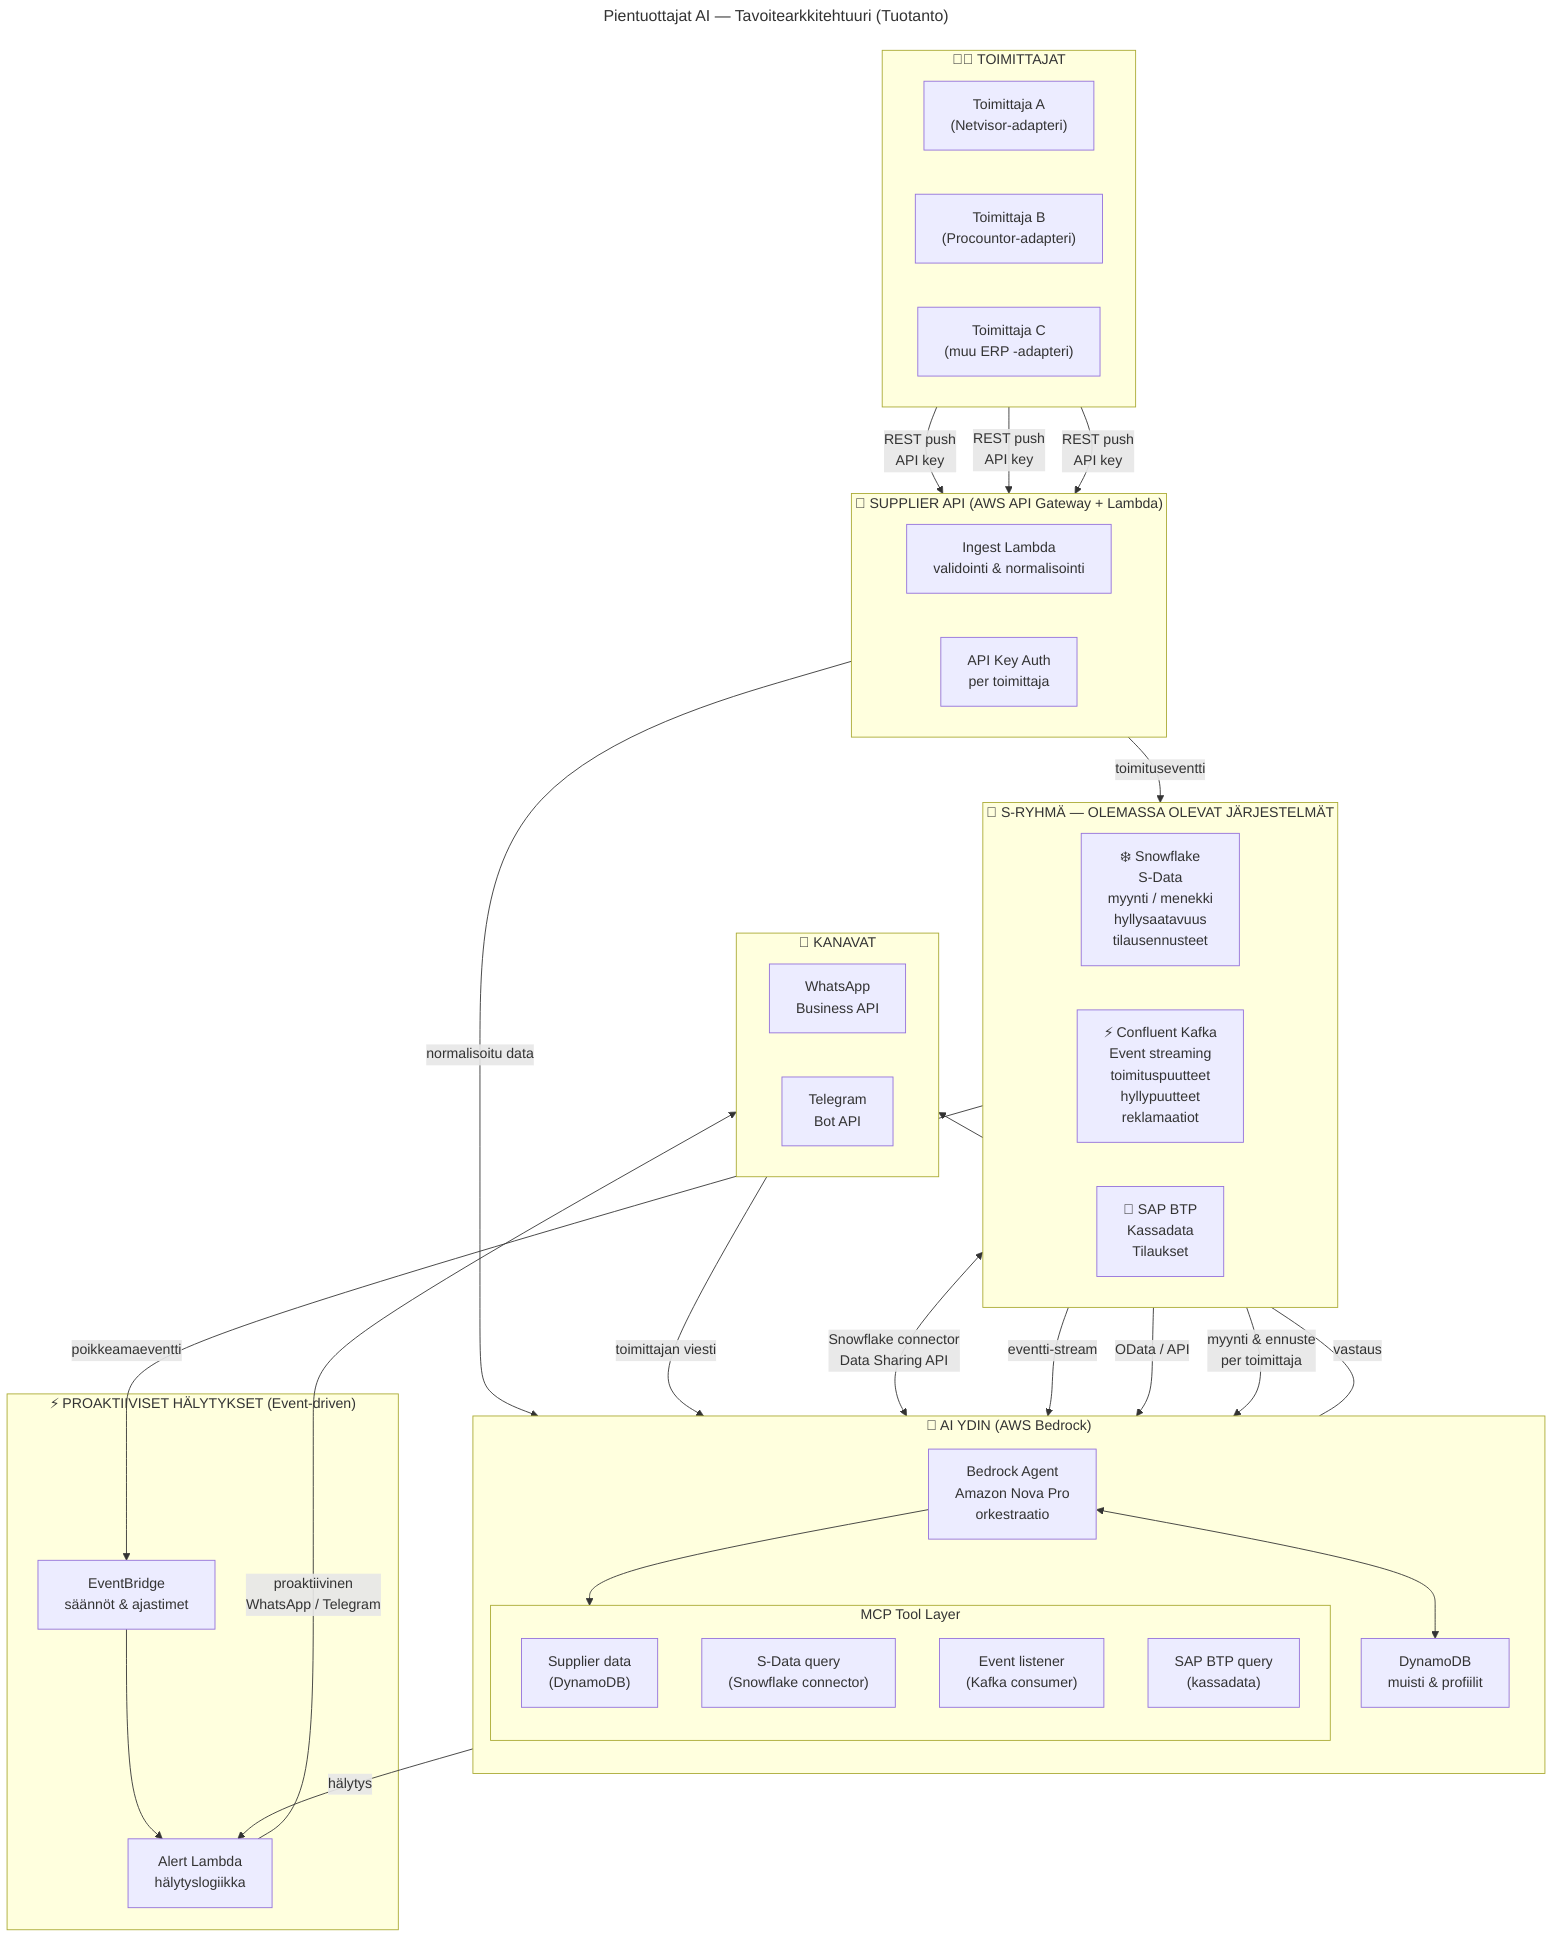
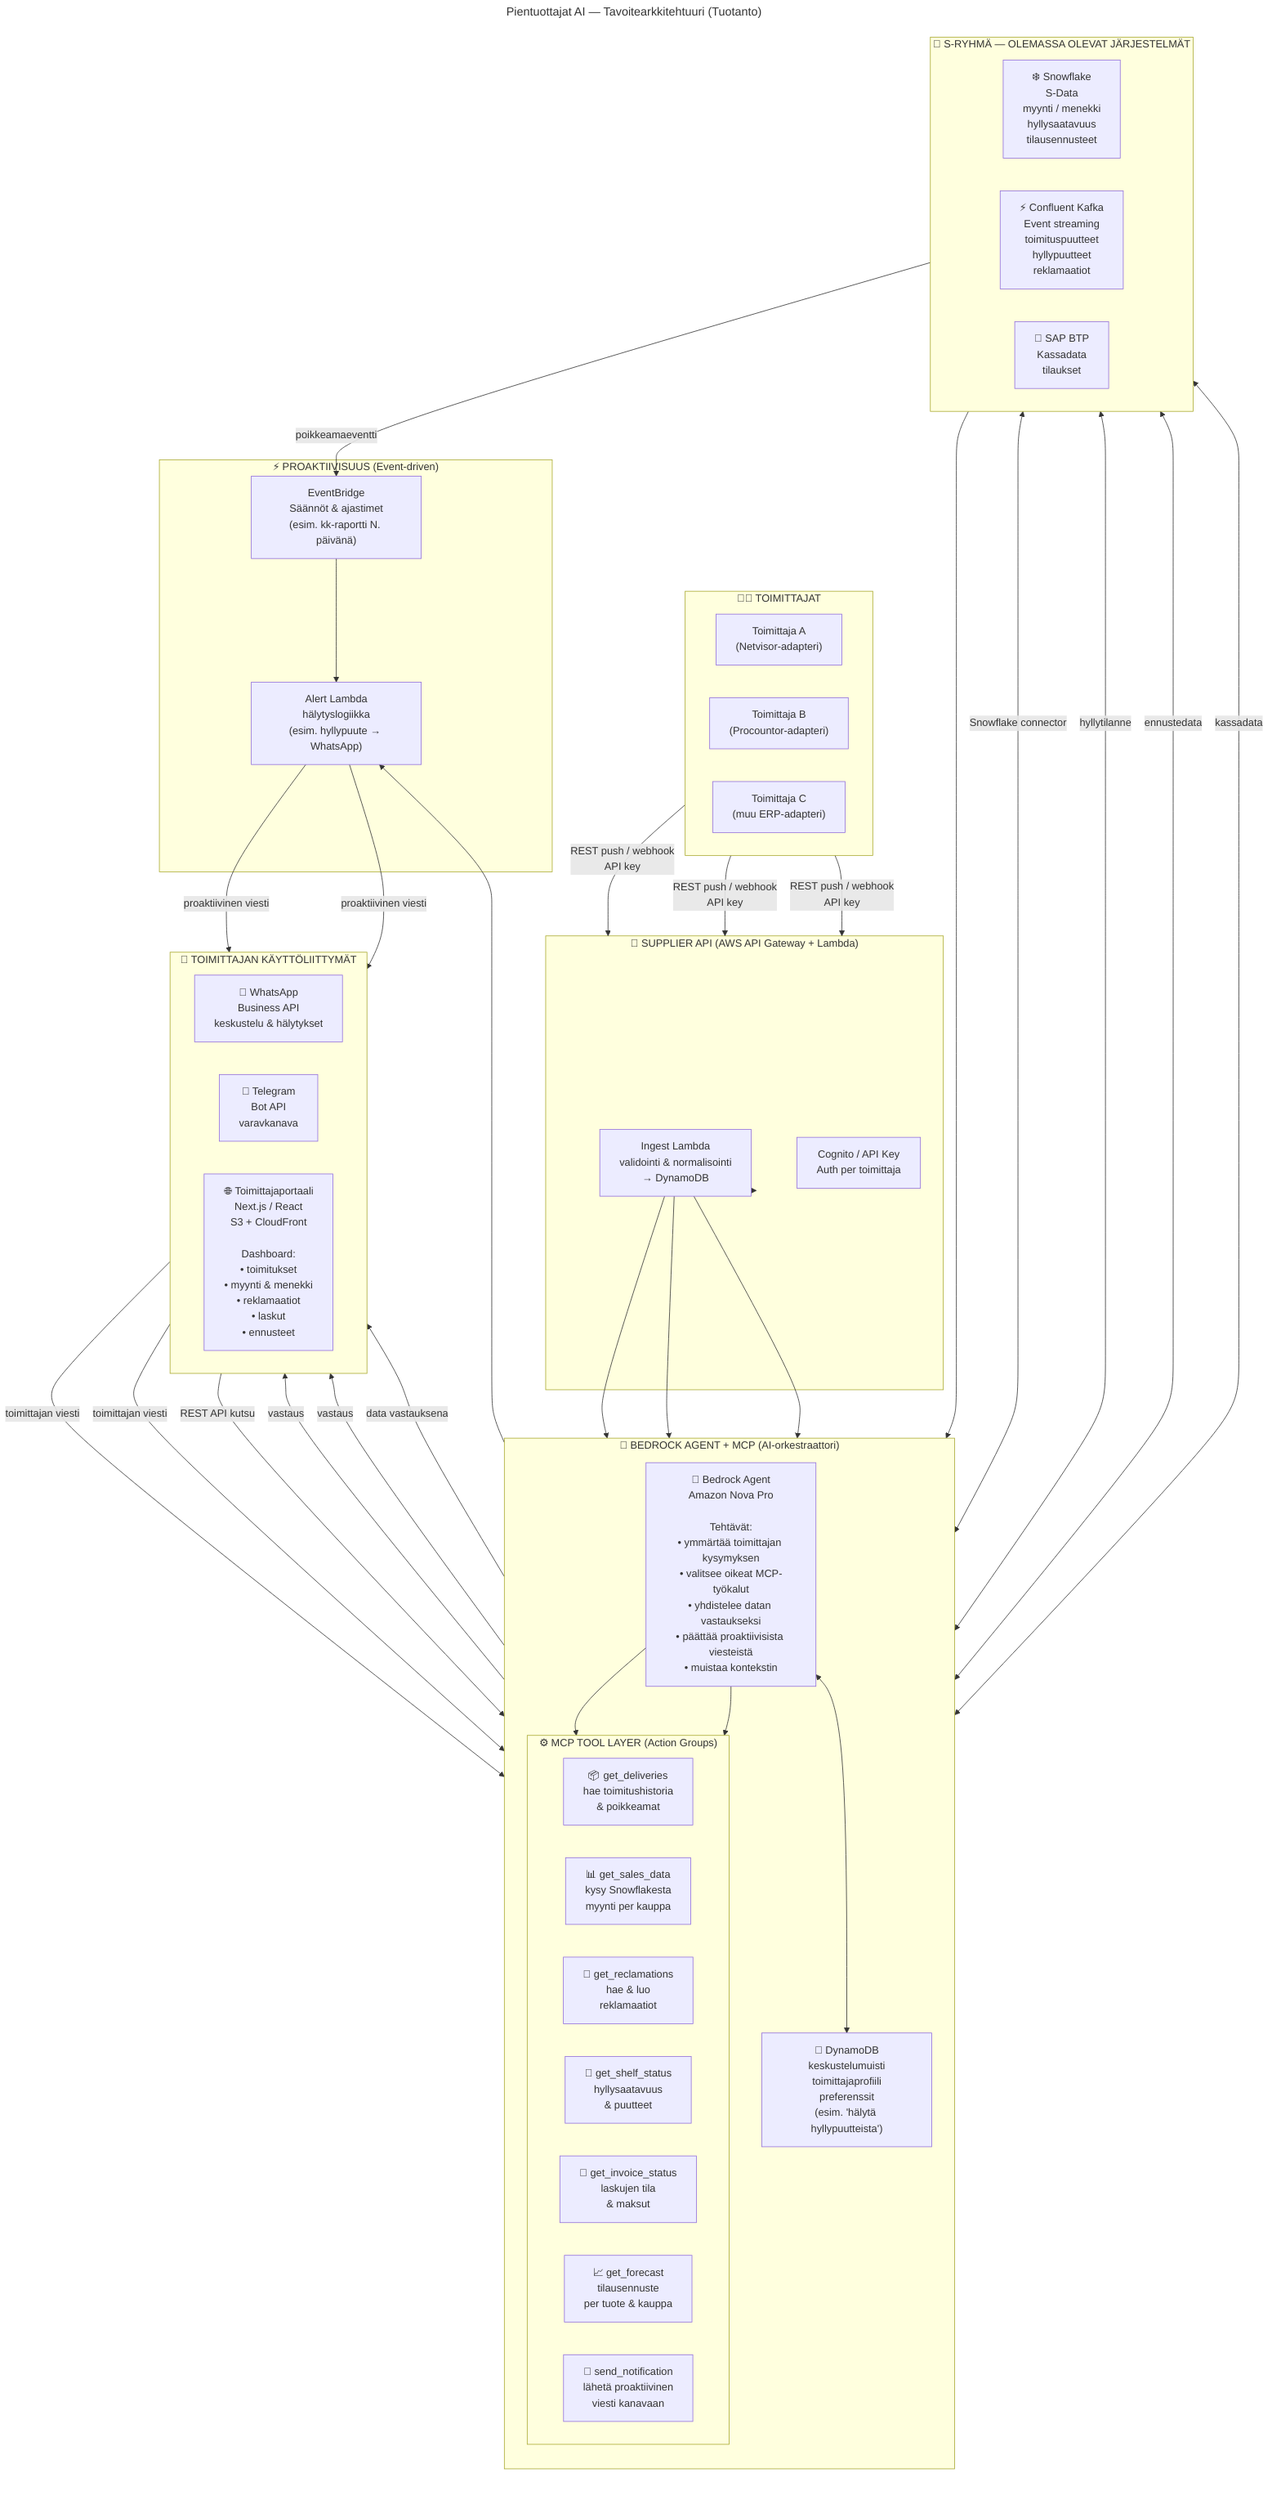
---
title: Pientuottajat AI — Tavoitearkkitehtuuri (Tuotanto)
---
flowchart TB

    %% ══════════════════════════════════
    %% TOIMITTAJAT
    %% ══════════════════════════════════
    subgraph SUPPLIERS["🧑‍🌾 TOIMITTAJAT"]
        direction LR
        SA["Toimittaja A\n(Netvisor-adapteri)"]
        SB["Toimittaja B\n(Procountor-adapteri)"]
-         SC["Toimittaja C\n(muu ERP -adapteri)"]
+         SC["Toimittaja C\n(muu ERP-adapteri)"]
+     end
+ 
+     %% ══════════════════════════════════
+     %% TOIMITTAJAN UI-KANAVAT
+     %% ══════════════════════════════════
+     subgraph CHANNELS["💬 TOIMITTAJAN KÄYTTÖLIITTYMÄT"]
+         direction LR
+         WA["📱 WhatsApp\nBusiness API\nkeskustelu & hälytykset"]
+         TG["📱 Telegram\nBot API\nvaravkanava"]
+         PORTAL["🌐 Toimittajaportaali\nNext.js / React\nS3 + CloudFront\n\nDashboard:\n• toimitukset\n• myynti & menekki\n• reklamaatiot\n• laskut\n• ennusteet"]
    end

    %% ══════════════════════════════════
    %% SUPPLIER API
    %% ══════════════════════════════════
    subgraph SAPI["📡 SUPPLIER API  (AWS API Gateway + Lambda)"]
-         direction LR
-         INGEST["Ingest Lambda\nvalidointi & normalisointi"]
-         APIKEY["API Key Auth\nper toimittaja"]
+         INGEST["Ingest Lambda\nvalidointi & normalisointi\n→ DynamoDB"]
+         APIKEY["Cognito / API Key\nAuth per toimittaja"]
+     end
+ 
+     %% ══════════════════════════════════
+     %% BEDROCK AGENT + MCP
+     %% ══════════════════════════════════
+     subgraph AICORE["🧠 BEDROCK AGENT + MCP  (AI-orkestraattori)"]
+         direction TB
+ 
+         AGENT["🤖 Bedrock Agent\nAmazon Nova Pro\n\nTehtävät:\n• ymmärtää toimittajan kysymyksen\n• valitsee oikeat MCP-työkalut\n• yhdistelee datan vastaukseksi\n• päättää proaktiivisista viesteistä\n• muistaa kontekstin"]
+ 
+         subgraph MCP["⚙️ MCP TOOL LAYER  (Action Groups)"]
+             direction LR
+             T1["📦 get_deliveries\nhae toimitushistoria\n& poikkeamat"]
+             T2["📊 get_sales_data\nkysy Snowflakesta\nmyynti per kauppa"]
+             T3["🚨 get_reclamations\nhae & luo\nreklamaatiot"]
+             T4["🏪 get_shelf_status\nhyllysaatavuus\n& puutteet"]
+             T5["🧾 get_invoice_status\nlaskujen tila\n& maksut"]
+             T6["📈 get_forecast\ntilausennuste\nper tuote & kauppa"]
+             T7["📣 send_notification\nlähetä proaktiivinen\nviesti kanavaan"]
+         end
+ 
+         MEM["💾 DynamoDB\nkeskustelumuisti\ntoimittajaprofiili\npreferenssit\n(esim. 'hälytä hyllypuutteista')"]
+ 
+         AGENT --> MCP
+         AGENT <--> MEM
    end

    %% ══════════════════════════════════
    %% S-RYHMÄ CORE SYSTEMS
    %% ══════════════════════════════════
    subgraph SGROUP["🏪 S-RYHMÄ — OLEMASSA OLEVAT JÄRJESTELMÄT"]
        direction LR
        SNOW["❄️ Snowflake\nS-Data\nmyynti / menekki\nhyllysaatavuus\ntilausennusteet"]
        KAFKA["⚡ Confluent Kafka\nEvent streaming\ntoimituspuutteet\nhyllypuutteet\nreklamaatiot"]
-         SAP["🔷 SAP BTP\nKassadata\nTilaukset"]
+         SAP["🔷 SAP BTP\nKassadata\ntilaukset"]
    end

    %% ══════════════════════════════════
-     %% AI YDIN
+     %% PROAKTIIVISET HÄLYTYKSET
    %% ══════════════════════════════════
-     subgraph AICORE["🧠 AI YDIN  (AWS Bedrock)"]
-         direction TB
-         AGENT["Bedrock Agent\nAmazon Nova Pro\norkestraatio"]
-         subgraph MCP["MCP Tool Layer"]
-             T1["Supplier data\n(DynamoDB)"]
-             T2["S-Data query\n(Snowflake connector)"]
-             T3["Event listener\n(Kafka consumer)"]
-             T4["SAP BTP query\n(kassadata)"]
-         end
-         MEM["DynamoDB\nmuisti & profiilit"]
-         AGENT --> MCP
-         AGENT <--> MEM
-     end
- 
-     %% ══════════════════════════════════
-     %% PROAKTIIVISUUS
-     %% ══════════════════════════════════
-     subgraph PROACTIVE["⚡ PROAKTIIVISET HÄLYTYKSET  (Event-driven)"]
-         EVB["EventBridge\nsäännöt & ajastimet"]
-         ALERT["Alert Lambda\nhälytyslogiikka"]
+     subgraph PROACTIVE["⚡ PROAKTIIVISUUS  (Event-driven)"]
+         EVB["EventBridge\nSäännöt & ajastimet\n(esim. kk-raportti N. päivänä)"]
+         ALERT["Alert Lambda\nhälytyslogiikka\n(esim. hyllypuute → WhatsApp)"]
        EVB --> ALERT
-     end
- 
-     %% ══════════════════════════════════
-     %% KANAVAT
-     %% ══════════════════════════════════
-     subgraph CHANNELS["💬 KANAVAT"]
-         WA["WhatsApp\nBusiness API"]
-         TG["Telegram\nBot API"]
    end

    %% ══════════════════════════════════
    %% YHTEYDET
    %% ══════════════════════════════════
+     SA & SB & SC -->|"REST push / webhook\nAPI key"| SAPI
+     SAPI --> INGEST

-     SA & SB & SC -->|"REST push\nAPI key"| SAPI
-     SAPI -->|"normalisoitu data"| T1
-     SAPI -->|"toimituseventti"| KAFKA
+     WA & TG -->|"toimittajan viesti"| AGENT
+     PORTAL -->|"REST API kutsu"| AGENT
+     AGENT -->|"vastaus"| WA & TG
+     AGENT -->|"data vastauksena"| PORTAL

-     SNOW <-->|"Snowflake connector\nData Sharing API"| T2
-     KAFKA -->|"eventti-stream"| T3
-     SAP -->|"OData / API"| T4
- 
-     CHANNELS -->|"toimittajan viesti"| AGENT
-     AGENT -->|"vastaus"| CHANNELS
+     T2 <-->|"Snowflake connector"| SNOW
+     T4 <-->|"hyllytilanne"| SNOW
+     T6 <-->|"ennustedata"| SNOW
+     T5 <-->|"kassadata"| SAP

    KAFKA -->|"poikkeamaeventti"| EVB
-     ALERT -->|"proaktiivinen\nWhatsApp / Telegram"| CHANNELS
-     AGENT -->|"hälytys"| ALERT
+     KAFKA --> T3
+     ALERT -->|"proaktiivinen viesti"| WA & TG
+     AGENT --> T7 --> ALERT

-     SNOW -->|"myynti & ennuste\nper toimittaja"| T2
+     INGEST --> T1 & T3 & T5
